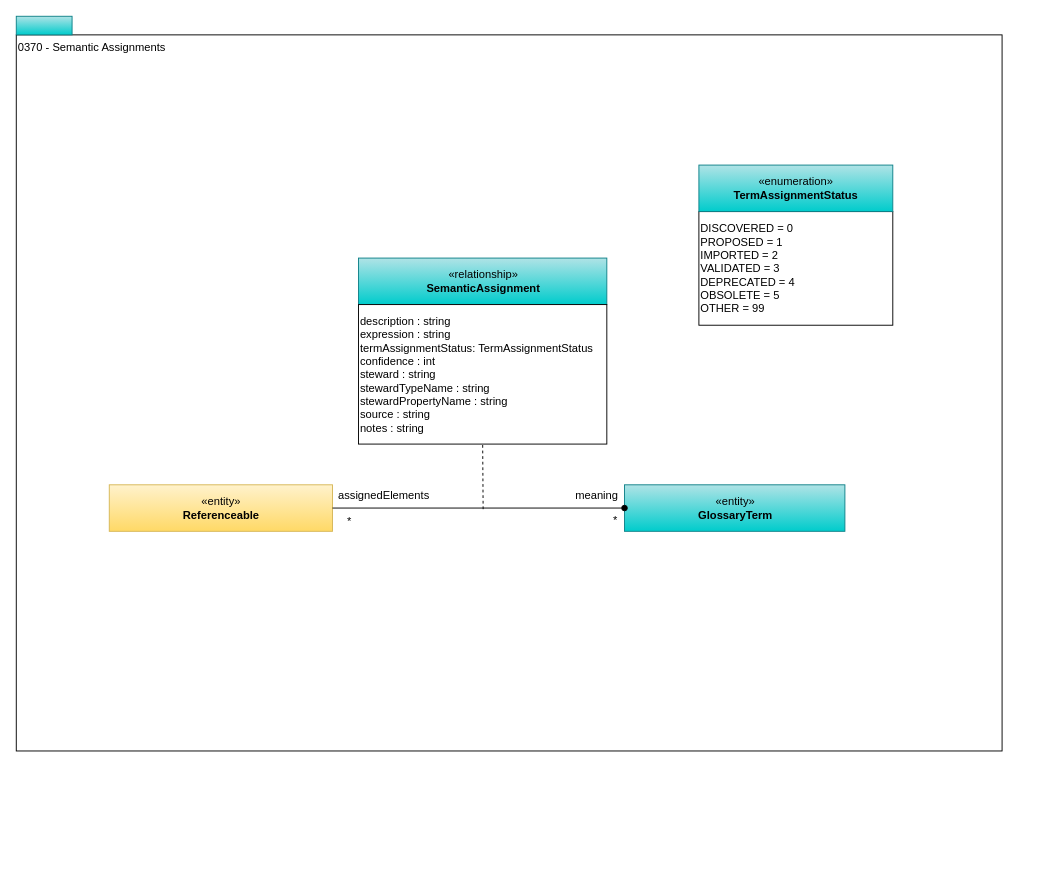
Earlier version of the draw.io diagram page "0370-Semantic-Assignment" (8 of 13) of site/docs/types/3/area-3-glossary.drawio (odpi/egeria-docs). Source tidied: cells renumbered, new cells numbered last; positions are measured from the earlier drawing's top-left corner, leaving out a move shared by most shapes. Both pictures are drawn from the tidied source at 93%, with x=0, y=0 at pixel (16, 16).
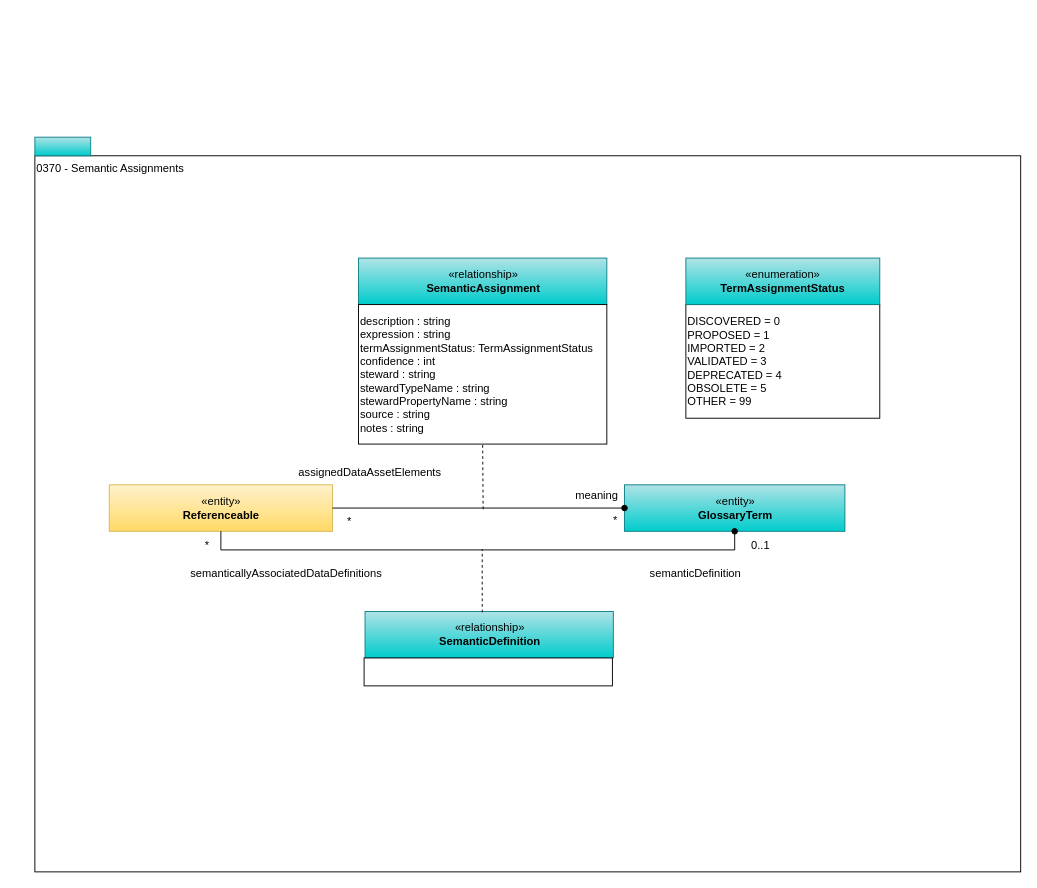
Above is the later version.

The change refers to these unchanged cells:
```xml
<mxCell id="4" value="«entity»&lt;br&gt;&lt;b&gt;Referenceable&lt;/b&gt;" style="html=1;strokeColor=#d6b656;align=center;fillColor=#fff2cc;gradientColor=#ffd966;" parent="1" vertex="1">
  <mxGeometry x="100" y="503.8" width="240" height="50" as="geometry" />
</mxCell>
<mxCell id="5" value="«entity»&lt;br&gt;&lt;b&gt;GlossaryTerm&lt;/b&gt;" style="html=1;strokeColor=#0e8088;align=center;fillColor=#b0e3e6;gradientColor=#00CCCC;" parent="1" vertex="1">
  <mxGeometry x="654" y="503.8" width="237" height="50" as="geometry" />
</mxCell>
```

Change to the diagram source:
```diff
@@
     <mxCell id="2" value="0370 - Semantic Assignments" style="rounded=0;whiteSpace=wrap;html=1;align=left;verticalAlign=top;" parent="1" vertex="1">
-      <mxGeometry y="20" width="1060" height="770" as="geometry" />
+      <mxGeometry x="20" y="150" width="1060" height="770" as="geometry" />
     </mxCell>
     <mxCell id="3" style="rounded=0;whiteSpace=wrap;html=1;align=left;fillColor=#b0e3e6;strokeColor=#0e8088;gradientColor=#00CCCC;" parent="1" vertex="1">
-      <mxGeometry width="60" height="20" as="geometry" />
+      <mxGeometry x="20" y="130" width="60" height="20" as="geometry" />
     </mxCell>
@@
-    <mxCell id="6" value="assignedElements" style="text;html=1;align=center;verticalAlign=middle;" parent="1" vertex="1">
-      <mxGeometry x="340" y="505.9" width="110" height="20" as="geometry" />
+    <mxCell id="6" value="assignedDataAssetElements" style="text;html=1;align=center;verticalAlign=middle;" parent="1" vertex="1">
+      <mxGeometry x="290" y="475.9" width="180" height="30" as="geometry" />
     </mxCell>
@@
     <mxCell id="13" value="DISCOVERED = 0&lt;br&gt;PROPOSED = 1&lt;br&gt;IMPORTED = 2&lt;br&gt;VALIDATED = 3&lt;br&gt;DEPRECATED = 4&lt;br&gt;OBSOLETE = 5&lt;br&gt;OTHER = 99" style="rounded=0;whiteSpace=wrap;html=1;strokeColor=#000000;gradientColor=#ffffff;align=left;" parent="1" vertex="1">
-      <mxGeometry x="734" y="210" width="208.5" height="122.2" as="geometry" />
+      <mxGeometry x="720" y="310" width="208.5" height="122.2" as="geometry" />
     </mxCell>
     <mxCell id="14" value="«enumeration»&lt;br&gt;&lt;b&gt;TermAssignmentStatus&lt;/b&gt;" style="html=1;strokeColor=#0e8088;align=center;fillColor=#b0e3e6;gradientColor=#00CCCC;" parent="1" vertex="1">
-      <mxGeometry x="734" y="160" width="208.5" height="50" as="geometry" />
+      <mxGeometry x="720" y="260" width="208.5" height="50" as="geometry" />
     </mxCell>
@@
+    <mxCell id="16" style="edgeStyle=orthogonalEdgeStyle;rounded=0;jettySize=auto;html=1;exitX=0.5;exitY=1;exitDx=0;exitDy=0;entryX=0.5;entryY=1;entryDx=0;entryDy=0;endArrow=oval;endFill=1;" parent="1" edge="1" source="4" target="5">
+      <mxGeometry relative="1" as="geometry" />
+    </mxCell>
+    <mxCell id="17" value="0..1" style="text;html=1;align=center;verticalAlign=middle;strokeColor=none;fillColor=none;" parent="1" vertex="1">
+      <mxGeometry x="780" y="553.8" width="40" height="30" as="geometry" />
+    </mxCell>
+    <mxCell id="18" value="semanticDefinition" style="text;html=1;align=center;verticalAlign=middle;strokeColor=none;fillColor=none;" parent="1" vertex="1">
+      <mxGeometry x="670" y="583.8" width="120" height="30" as="geometry" />
+    </mxCell>
+    <mxCell id="19" value="*" style="text;html=1;align=center;verticalAlign=middle;strokeColor=none;fillColor=none;" parent="1" vertex="1">
+      <mxGeometry x="190" y="553.8" width="30" height="30" as="geometry" />
+    </mxCell>
+    <mxCell id="20" value="semanticallyAssociatedDataDefinitions" style="text;html=1;align=center;verticalAlign=middle;strokeColor=none;fillColor=none;" parent="1" vertex="1">
+      <mxGeometry x="175" y="583.8" width="230" height="30" as="geometry" />
+    </mxCell>
+    <mxCell id="21" value="«relationship»&lt;br&gt;&lt;b&gt;SemanticDefinition&lt;/b&gt;" style="html=1;strokeColor=#0e8088;align=center;fillColor=#b0e3e6;gradientColor=#00CCCC;" parent="1" vertex="1">
+      <mxGeometry x="375" y="640" width="267" height="50" as="geometry" />
+    </mxCell>
+    <mxCell id="22" style="rounded=0;whiteSpace=wrap;html=1;strokeColor=#000000;gradientColor=#ffffff;align=left;" parent="1" vertex="1">
+      <mxGeometry x="374" y="690" width="267" height="30" as="geometry" />
+    </mxCell>
+    <mxCell id="23" style="endArrow=none;dashed=1;html=1;strokeWidth=1;entryX=0.5;entryY=1;entryDx=0;entryDy=0;exitX=0.472;exitY=0.02;exitDx=0;exitDy=0;exitPerimeter=0;" parent="1" edge="1" source="21">
+      <mxGeometry relative="1" as="geometry">
+        <mxPoint x="501" y="573" as="targetPoint" />
+      </mxGeometry>
+    </mxCell>
```
